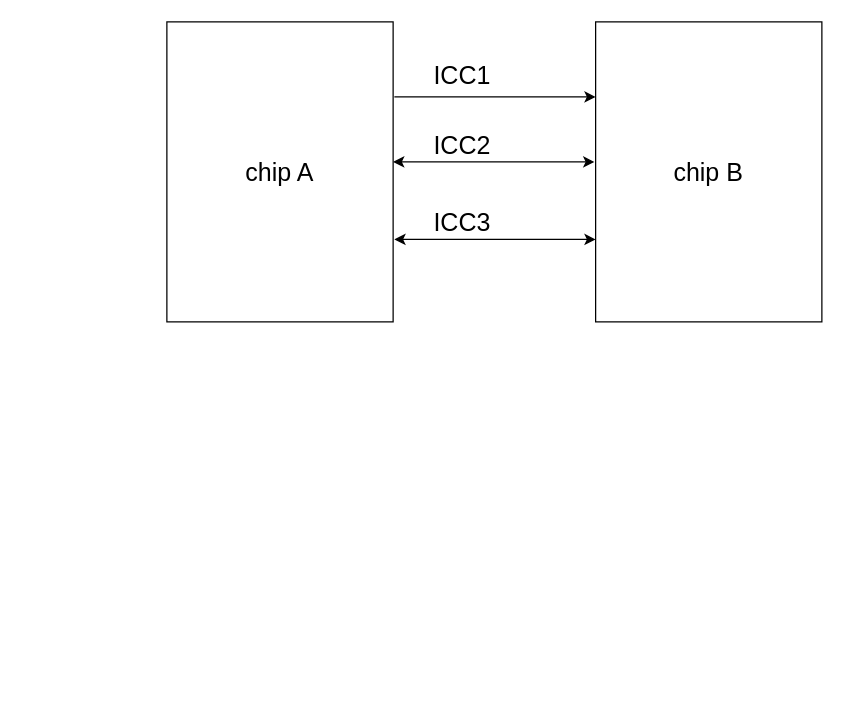
Above: stack.drawio in creatingmulti/helloword (draw.io), before the change. Source tidied: cells renumbered, new cells numbered last; positions are measured from the earlier drawing's top-left corner, leaving out a move shared by most shapes. Both pictures are drawn from the tidied source at 125%, with x=0, y=0 at pixel (166, 21).
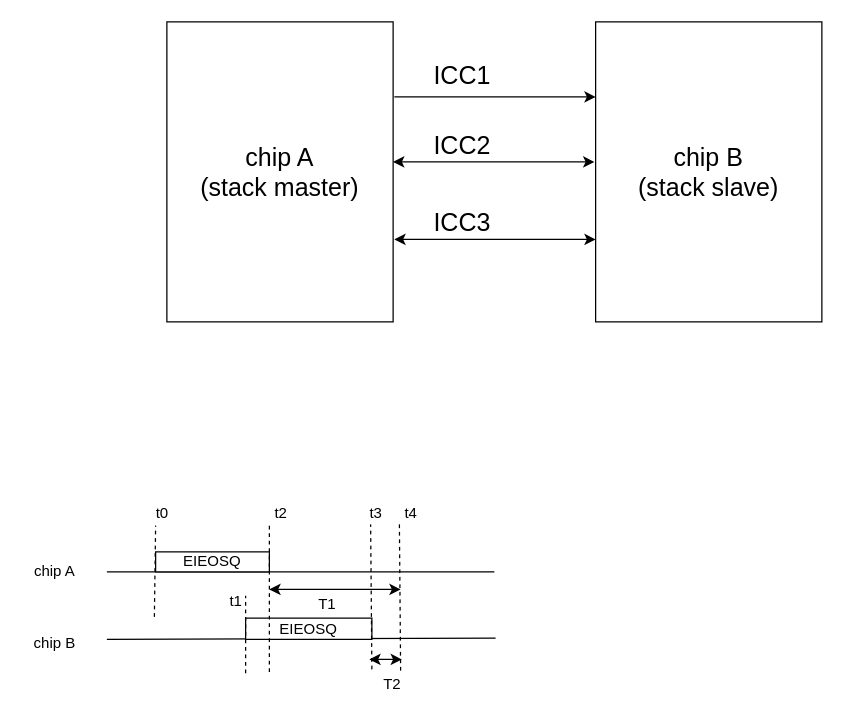
The same page after the edit.

The edit, as a diff of the source:
```diff
@@
-    <mxCell id="2" value="chip A" style="rounded=0;whiteSpace=wrap;html=1;fontSize=20;" parent="1" vertex="1">
+    <mxCell id="2" value="chip A&lt;br&gt;(stack master)" style="rounded=0;whiteSpace=wrap;html=1;fontSize=20;" parent="1" vertex="1">
       <mxGeometry width="181" height="240" as="geometry" />
     </mxCell>
-    <mxCell id="3" value="chip B" style="rounded=0;whiteSpace=wrap;html=1;fontSize=20;" parent="1" vertex="1">
+    <mxCell id="3" value="chip B&lt;br&gt;(stack slave)" style="rounded=0;whiteSpace=wrap;html=1;fontSize=20;" parent="1" vertex="1">
       <mxGeometry x="343" width="181" height="240" as="geometry" />
     </mxCell>
@@
+    <mxCell id="10" style="endArrow=none;html=1;rounded=0;" parent="1" edge="1">
+      <mxGeometry relative="1" as="geometry">
+        <mxPoint x="-48" y="440" as="sourcePoint" />
+        <mxPoint x="262" y="440" as="targetPoint" />
+      </mxGeometry>
+    </mxCell>
+    <mxCell id="11" style="endArrow=none;html=1;rounded=0;" parent="1" edge="1">
+      <mxGeometry relative="1" as="geometry">
+        <mxPoint x="-48" y="494" as="sourcePoint" />
+        <mxPoint x="263" y="493" as="targetPoint" />
+      </mxGeometry>
+    </mxCell>
+    <mxCell id="12" value="EIEOSQ" style="rounded=0;whiteSpace=wrap;html=1;" parent="1" vertex="1">
+      <mxGeometry x="-9" y="424" width="91" height="16" as="geometry" />
+    </mxCell>
+    <mxCell id="13" value="EIEOSQ" style="rounded=0;whiteSpace=wrap;html=1;" parent="1" vertex="1">
+      <mxGeometry x="63" y="477" width="101" height="17" as="geometry" />
+    </mxCell>
+    <mxCell id="14" style="endArrow=none;dashed=1;html=1;rounded=0;" parent="1" edge="1">
+      <mxGeometry relative="1" as="geometry">
+        <mxPoint x="82" y="520" as="sourcePoint" />
+        <mxPoint x="82" y="403" as="targetPoint" />
+      </mxGeometry>
+    </mxCell>
+    <mxCell id="15" style="endArrow=none;dashed=1;html=1;rounded=0;" parent="1" edge="1">
+      <mxGeometry relative="1" as="geometry">
+        <mxPoint x="164" y="518" as="sourcePoint" />
+        <mxPoint x="163" y="402" as="targetPoint" />
+      </mxGeometry>
+    </mxCell>
+    <mxCell id="16" style="endArrow=none;dashed=1;html=1;rounded=0;" parent="1" edge="1">
+      <mxGeometry relative="1" as="geometry">
+        <mxPoint x="187" y="519" as="sourcePoint" />
+        <mxPoint x="186" y="400" as="targetPoint" />
+      </mxGeometry>
+    </mxCell>
+    <mxCell id="17" style="endArrow=classic;startArrow=classic;html=1;rounded=0;strokeColor=default;strokeWidth=1;" parent="1" edge="1">
+      <mxGeometry relative="1" as="geometry">
+        <mxPoint x="82" y="454" as="sourcePoint" />
+        <mxPoint x="187" y="454" as="targetPoint" />
+      </mxGeometry>
+    </mxCell>
+    <mxCell id="18" style="endArrow=classic;startArrow=classic;html=1;rounded=0;" parent="1" edge="1">
+      <mxGeometry relative="1" as="geometry">
+        <mxPoint x="162" y="510" as="sourcePoint" />
+        <mxPoint x="188" y="510" as="targetPoint" />
+      </mxGeometry>
+    </mxCell>
+    <mxCell id="19" value="chip A" style="text;html=1;align=center;verticalAlign=middle;strokeColor=none;fillColor=none;" parent="1" vertex="1">
+      <mxGeometry x="-115" y="427" width="50" height="26" as="geometry" />
+    </mxCell>
+    <mxCell id="20" value="chip B" style="text;html=1;align=center;verticalAlign=middle;strokeColor=none;fillColor=none;" parent="1" vertex="1">
+      <mxGeometry x="-116" y="484" width="52" height="26" as="geometry" />
+    </mxCell>
+    <mxCell id="21" value="T1" style="text;html=1;align=center;verticalAlign=middle;strokeColor=none;fillColor=none;" parent="1" vertex="1">
+      <mxGeometry x="112" y="453" width="32" height="26" as="geometry" />
+    </mxCell>
+    <mxCell id="22" value="T2" style="text;html=1;align=center;verticalAlign=middle;strokeColor=none;fillColor=none;" parent="1" vertex="1">
+      <mxGeometry x="164" y="517" width="32" height="26" as="geometry" />
+    </mxCell>
+    <mxCell id="23" value="t2" style="text;html=1;align=center;verticalAlign=middle;strokeColor=none;fillColor=none;" parent="1" vertex="1">
+      <mxGeometry x="76.5" y="380" width="28" height="26" as="geometry" />
+    </mxCell>
+    <mxCell id="24" value="t3" style="text;html=1;align=center;verticalAlign=middle;strokeColor=none;fillColor=none;" parent="1" vertex="1">
+      <mxGeometry x="153" y="380" width="28" height="26" as="geometry" />
+    </mxCell>
+    <mxCell id="25" value="t4" style="text;html=1;align=center;verticalAlign=middle;strokeColor=none;fillColor=none;" parent="1" vertex="1">
+      <mxGeometry x="181" y="380" width="28" height="26" as="geometry" />
+    </mxCell>
+    <mxCell id="26" style="endArrow=none;dashed=1;html=1;rounded=0;" parent="1" edge="1">
+      <mxGeometry relative="1" as="geometry">
+        <mxPoint x="-10" y="476" as="sourcePoint" />
+        <mxPoint x="-9" y="403" as="targetPoint" />
+      </mxGeometry>
+    </mxCell>
+    <mxCell id="27" style="endArrow=none;dashed=1;html=1;rounded=0;" parent="1" edge="1">
+      <mxGeometry relative="1" as="geometry">
+        <mxPoint x="63" y="521" as="sourcePoint" />
+        <mxPoint x="63" y="459" as="targetPoint" />
+      </mxGeometry>
+    </mxCell>
+    <mxCell id="28" value="t0" style="text;html=1;align=center;verticalAlign=middle;strokeColor=none;fillColor=none;" parent="1" vertex="1">
+      <mxGeometry x="-18" y="380" width="28" height="26" as="geometry" />
+    </mxCell>
+    <mxCell id="29" value="t1" style="text;html=1;align=center;verticalAlign=middle;strokeColor=none;fillColor=none;" parent="1" vertex="1">
+      <mxGeometry x="41" y="451" width="28" height="26" as="geometry" />
+    </mxCell>
```
